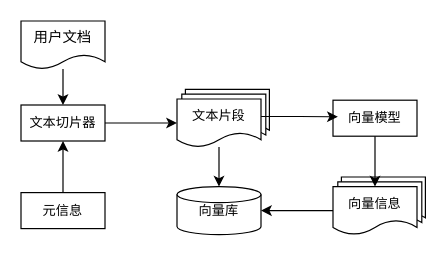
The draw.io diagram page "第 6 页" (6 of 21) of 程序流程图合集.drawio in Chentx1243/draw.io, before the edit. Source tidied: cells renumbered, new cells numbered last; positions are measured from the earlier drawing's top-left corner, leaving out a move shared by most shapes. Both pictures are drawn from the tidied source at 120%, with x=0, y=0 at pixel (20, 20).
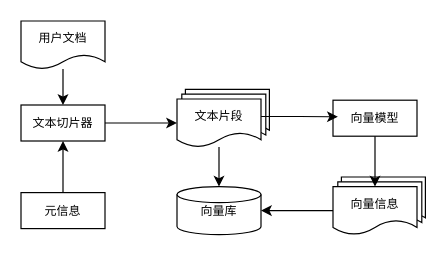
The same page after the edit.

Diff of the diagram source:
```diff
@@
-    <mxCell id="2" style="edgeStyle=orthogonalEdgeStyle;rounded=0;jettySize=auto;html=1;" parent="1" edge="1" source="3" target="5">
+    <mxCell id="2" style="edgeStyle=orthogonalEdgeStyle;rounded=0;jettySize=auto;html=1;fontSize=10;" parent="1" edge="1" source="3" target="5">
       <mxGeometry relative="1" as="geometry" />
     </mxCell>
-    <mxCell id="3" value="用户文档" style="shape=document;whiteSpace=wrap;html=1;boundedLbl=1;fontFamily=宋体;" parent="1" vertex="1">
+    <mxCell id="3" value="用户文档" style="shape=document;whiteSpace=wrap;html=1;boundedLbl=1;fontFamily=宋体;fontSize=10;" parent="1" vertex="1">
       <mxGeometry width="70" height="40" as="geometry" />
     </mxCell>
-    <mxCell id="4" style="edgeStyle=orthogonalEdgeStyle;rounded=0;jettySize=auto;html=1;" parent="1" edge="1" source="5" target="9">
+    <mxCell id="4" style="edgeStyle=orthogonalEdgeStyle;rounded=0;jettySize=auto;html=1;fontSize=10;" parent="1" edge="1" source="5" target="9">
       <mxGeometry relative="1" as="geometry" />
     </mxCell>
-    <mxCell id="5" value="&lt;font face=&quot;宋体&quot;&gt;&lt;span style=&quot;font-size: 11px;&quot;&gt;文本切片器&lt;/span&gt;&lt;/font&gt;" style="rounded=0;whiteSpace=wrap;html=1;" parent="1" vertex="1">
+    <mxCell id="5" value="&lt;font face=&quot;宋体&quot;&gt;文本切片器&lt;/font&gt;" style="rounded=0;whiteSpace=wrap;html=1;fontSize=10;" parent="1" vertex="1">
       <mxGeometry y="70" width="70" height="30" as="geometry" />
     </mxCell>
-    <mxCell id="6" style="group;" parent="1" vertex="1">
+    <mxCell id="6" style="group;fontSize=10;" parent="1" vertex="1">
       <mxGeometry x="130" y="57" width="77" height="48" as="geometry" />
     </mxCell>
-    <mxCell id="7" style="shape=document;whiteSpace=wrap;html=1;boundedLbl=1;fontFamily=宋体;" parent="6" vertex="1">
+    <mxCell id="7" style="shape=document;whiteSpace=wrap;html=1;boundedLbl=1;fontFamily=宋体;fontSize=10;" parent="6" vertex="1">
       <mxGeometry x="7" width="70" height="40" as="geometry" />
     </mxCell>
-    <mxCell id="8" style="shape=document;whiteSpace=wrap;html=1;boundedLbl=1;fontFamily=宋体;" parent="6" vertex="1">
+    <mxCell id="8" style="shape=document;whiteSpace=wrap;html=1;boundedLbl=1;fontFamily=宋体;fontSize=10;" parent="6" vertex="1">
       <mxGeometry x="4" y="4" width="70" height="40" as="geometry" />
     </mxCell>
-    <mxCell id="9" value="&lt;font style=&quot;font-size: 11px;&quot;&gt;文本片段&lt;/font&gt;" style="shape=document;whiteSpace=wrap;html=1;boundedLbl=1;fontFamily=宋体;" parent="6" vertex="1">
+    <mxCell id="9" value="&lt;font&gt;文本片段&lt;/font&gt;" style="shape=document;whiteSpace=wrap;html=1;boundedLbl=1;fontFamily=宋体;fontSize=10;" parent="6" vertex="1">
       <mxGeometry y="8" width="70" height="40" as="geometry" />
     </mxCell>
-    <mxCell id="10" value="&lt;font face=&quot;宋体&quot;&gt;&lt;span style=&quot;font-size: 11px;&quot;&gt;向量模型&lt;/span&gt;&lt;/font&gt;" style="rounded=0;whiteSpace=wrap;html=1;" parent="1" vertex="1">
+    <mxCell id="10" value="&lt;font face=&quot;宋体&quot;&gt;&lt;span&gt;向量模型&lt;/span&gt;&lt;/font&gt;" style="rounded=0;whiteSpace=wrap;html=1;fontSize=10;" parent="1" vertex="1">
       <mxGeometry x="260" y="66" width="70" height="30" as="geometry" />
     </mxCell>
-    <mxCell id="11" style="edgeStyle=orthogonalEdgeStyle;rounded=0;jettySize=auto;html=1;entryX=0.058;entryY=0.461;entryDx=0;entryDy=0;entryPerimeter=0;exitX=0.944;exitY=0.465;exitDx=0;exitDy=0;exitPerimeter=0;" parent="1" edge="1" source="8" target="10">
+    <mxCell id="11" style="edgeStyle=orthogonalEdgeStyle;rounded=0;jettySize=auto;html=1;entryX=0.058;entryY=0.461;entryDx=0;entryDy=0;entryPerimeter=0;exitX=0.944;exitY=0.465;exitDx=0;exitDy=0;exitPerimeter=0;fontSize=10;" parent="1" edge="1" source="8" target="10">
       <mxGeometry relative="1" as="geometry" />
     </mxCell>
-    <mxCell id="12" style="edgeStyle=orthogonalEdgeStyle;rounded=0;jettySize=auto;html=1;" parent="1" edge="1" source="13" target="5">
+    <mxCell id="12" style="edgeStyle=orthogonalEdgeStyle;rounded=0;jettySize=auto;html=1;fontSize=10;" parent="1" edge="1" source="13" target="5">
       <mxGeometry relative="1" as="geometry" />
     </mxCell>
-    <mxCell id="13" value="&lt;font face=&quot;宋体&quot;&gt;&lt;span style=&quot;font-size: 11px;&quot;&gt;元信息&lt;/span&gt;&lt;/font&gt;" style="rounded=0;whiteSpace=wrap;html=1;" parent="1" vertex="1">
+    <mxCell id="13" value="&lt;font face=&quot;宋体&quot;&gt;&lt;span&gt;元信息&lt;/span&gt;&lt;/font&gt;" style="rounded=0;whiteSpace=wrap;html=1;fontSize=10;" parent="1" vertex="1">
       <mxGeometry y="143" width="70" height="30" as="geometry" />
     </mxCell>
-    <mxCell id="14" style="group;" parent="1" vertex="1">
+    <mxCell id="14" style="group;fontSize=10;" parent="1" vertex="1">
       <mxGeometry x="260" y="130" width="77" height="48" as="geometry" />
     </mxCell>
-    <mxCell id="15" style="shape=document;whiteSpace=wrap;html=1;boundedLbl=1;fontFamily=宋体;" parent="14" vertex="1">
+    <mxCell id="15" style="shape=document;whiteSpace=wrap;html=1;boundedLbl=1;fontFamily=宋体;fontSize=10;" parent="14" vertex="1">
       <mxGeometry x="7" width="70" height="40" as="geometry" />
     </mxCell>
-    <mxCell id="16" style="shape=document;whiteSpace=wrap;html=1;boundedLbl=1;fontFamily=宋体;" parent="14" vertex="1">
+    <mxCell id="16" style="shape=document;whiteSpace=wrap;html=1;boundedLbl=1;fontFamily=宋体;fontSize=10;" parent="14" vertex="1">
       <mxGeometry x="4" y="4" width="70" height="40" as="geometry" />
     </mxCell>
-    <mxCell id="17" value="&lt;font style=&quot;font-size: 11px;&quot;&gt;向量信息&lt;/font&gt;" style="shape=document;whiteSpace=wrap;html=1;boundedLbl=1;fontFamily=宋体;" parent="14" vertex="1">
+    <mxCell id="17" value="&lt;font&gt;向量信息&lt;/font&gt;" style="shape=document;whiteSpace=wrap;html=1;boundedLbl=1;fontFamily=宋体;fontSize=10;" parent="14" vertex="1">
       <mxGeometry y="8" width="70" height="40" as="geometry" />
     </mxCell>
-    <mxCell id="18" value="&lt;font style=&quot;font-size: 11px;&quot;&gt;向量库&lt;/font&gt;" style="strokeWidth=1;html=1;shape=mxgraph.flowchart.database;whiteSpace=wrap;fontFamily=宋体;" parent="1" vertex="1">
+    <mxCell id="18" value="&lt;font&gt;向量库&lt;/font&gt;" style="strokeWidth=1;html=1;shape=mxgraph.flowchart.database;whiteSpace=wrap;fontFamily=宋体;fontSize=10;" parent="1" vertex="1">
       <mxGeometry x="130" y="138" width="70" height="40" as="geometry" />
     </mxCell>
-    <mxCell id="19" style="edgeStyle=orthogonalEdgeStyle;rounded=0;jettySize=auto;html=1;entryX=0.5;entryY=0;entryDx=0;entryDy=0;" parent="1" edge="1" source="10" target="17">
+    <mxCell id="19" style="edgeStyle=orthogonalEdgeStyle;rounded=0;jettySize=auto;html=1;entryX=0.5;entryY=0;entryDx=0;entryDy=0;fontSize=10;" parent="1" edge="1" source="10" target="17">
       <mxGeometry relative="1" as="geometry" />
     </mxCell>
-    <mxCell id="20" style="edgeStyle=orthogonalEdgeStyle;rounded=0;jettySize=auto;html=1;" parent="1" edge="1" source="9" target="18">
+    <mxCell id="20" style="edgeStyle=orthogonalEdgeStyle;rounded=0;jettySize=auto;html=1;fontSize=10;" parent="1" edge="1" source="9" target="18">
       <mxGeometry relative="1" as="geometry" />
     </mxCell>
-    <mxCell id="21" style="edgeStyle=orthogonalEdgeStyle;rounded=0;jettySize=auto;html=1;" parent="1" edge="1" source="17" target="18">
+    <mxCell id="21" style="edgeStyle=orthogonalEdgeStyle;rounded=0;jettySize=auto;html=1;fontSize=10;" parent="1" edge="1" source="17" target="18">
       <mxGeometry relative="1" as="geometry" />
     </mxCell>
```
